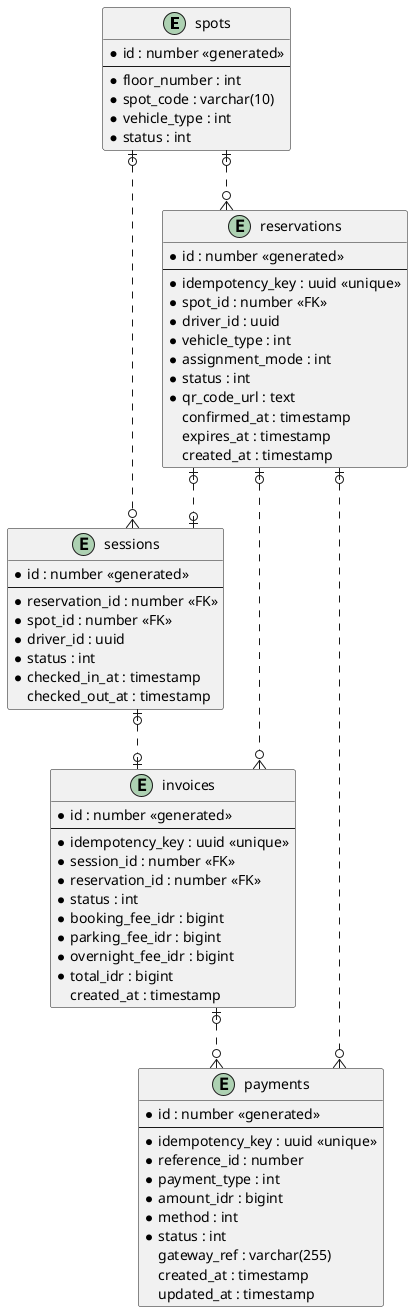
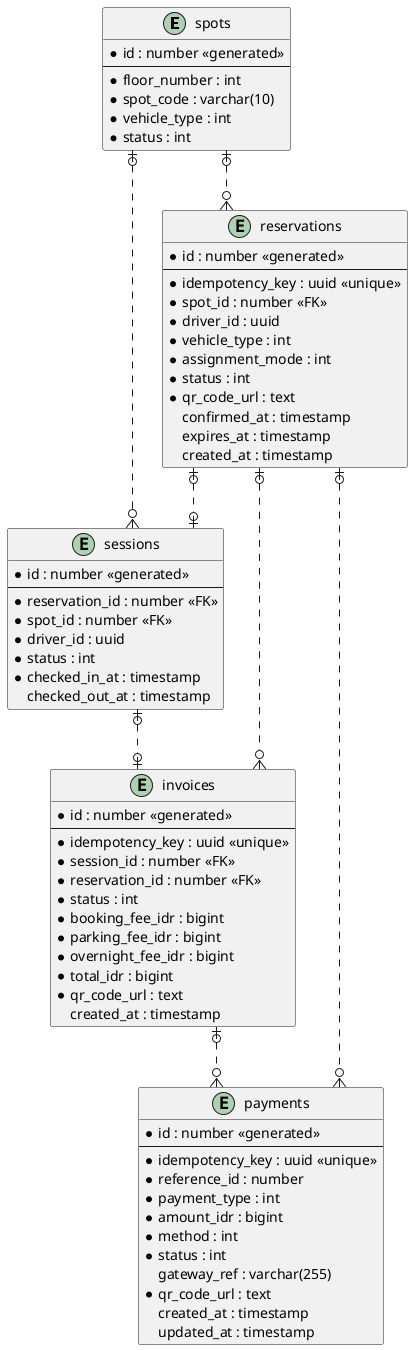
@startuml ParkirPintar DB Schema

' hide the spot
' hide circle
' avoid problems with angled crows feet
skinparam linetype ortho

entity "spots" as e01 {
  *id : number <<generated>>
  --
  *floor_number : int
  *spot_code : varchar(10)
  *vehicle_type : int
  *status : int
}

entity "reservations" as e02 {
  *id : number <<generated>>
  --
  *idempotency_key : uuid <<unique>>
  *spot_id : number <<FK>>
  *driver_id : uuid
  *vehicle_type : int
  *assignment_mode : int
  *status : int
  *qr_code_url : text
  confirmed_at : timestamp
  expires_at : timestamp
  created_at : timestamp
}

entity "sessions" as e03 {
  *id : number <<generated>>
  --
  *reservation_id : number <<FK>>
  *spot_id : number <<FK>>
  *driver_id : uuid
  *status : int
  *checked_in_at : timestamp
  checked_out_at : timestamp
}

entity "invoices" as e04 {
  *id : number <<generated>>
  --
  *idempotency_key : uuid <<unique>>
  *session_id : number <<FK>>
  *reservation_id : number <<FK>>
  *status : int
  *booking_fee_idr : bigint
  *parking_fee_idr : bigint
  *overnight_fee_idr : bigint
  *total_idr : bigint
+   *qr_code_url : text
  created_at : timestamp
}

entity "payments" as e05 {
  *id : number <<generated>>
  --
  *idempotency_key : uuid <<unique>>
  *reference_id : number
  *payment_type : int
  *amount_idr : bigint
  *method : int
  *status : int
  gateway_ref : varchar(255)
+   *qr_code_url : text
  created_at : timestamp
  updated_at : timestamp
}

e01 |o..o{ e02
e01 |o..o{ e03
e02 |o..o| e03
e03 |o..o| e04
e02 |o..o{ e04
e02 |o..o{ e05
e04 |o..o{ e05

@enduml
